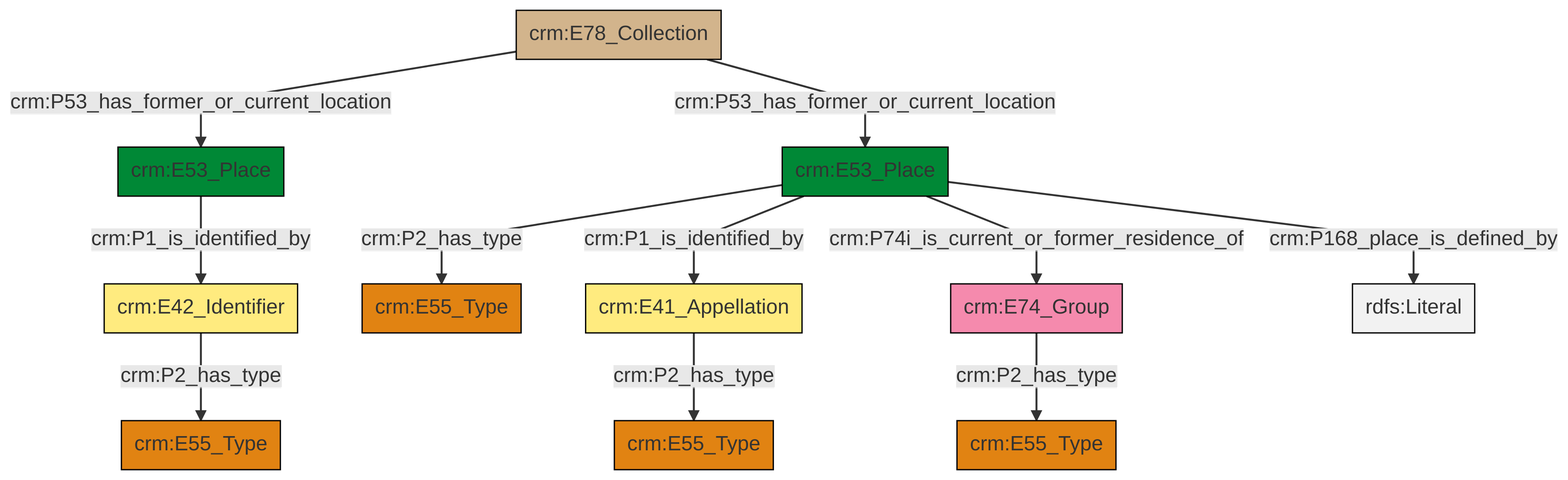
Earlier version of the Mermaid export et/archivalCSV/ttl/mmd/png/archival_location.png (swiss-art-research-net/docs.swissartresearch). Its source is kept beside it as et/archivalCSV/ttl/mmd/archival_location.ttl.mmd.
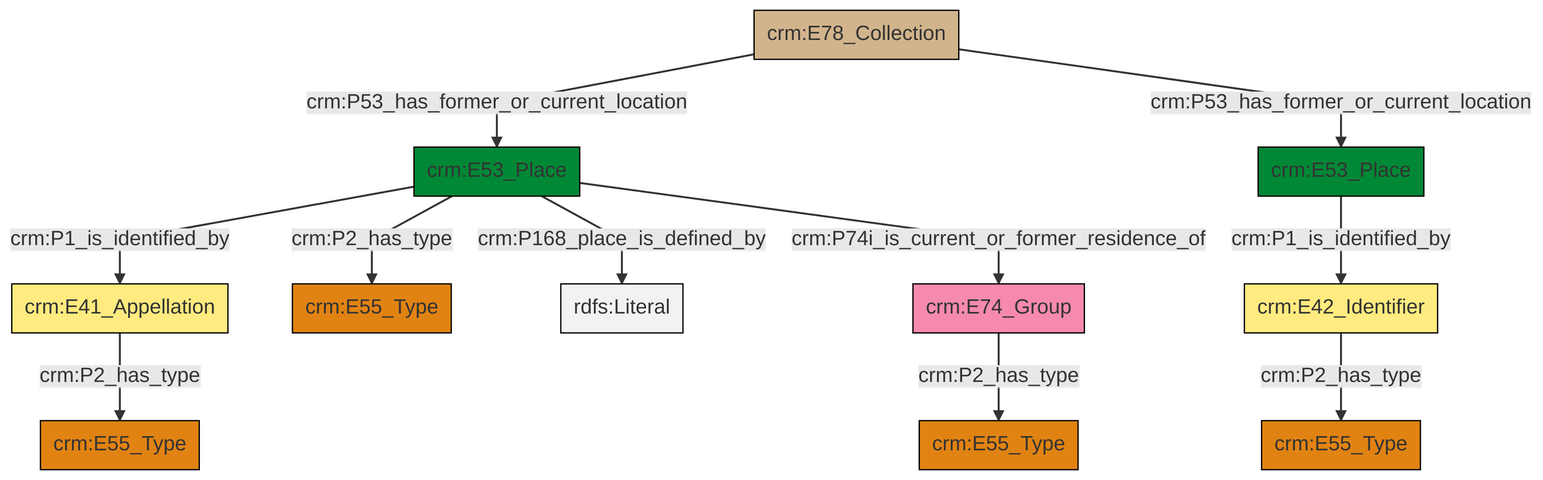
Later version of the same file.

What changed in the source:
```diff
@@ -13,13 +13,13 @@
 classDef PC_Classes fill:#4ce600, stroke:#000000;
 classDef Multi fill:#cccccc,stroke:#000000;
 
-4["crm:E42_Identifier"]:::Appellation -->|crm:P2_has_type| 5["crm:E55_Type"]:::Type
-6["crm:E53_Place"]:::Place -->|crm:P1_is_identified_by| 12["crm:E41_Appellation"]:::Appellation
-15["crm:E74_Group"]:::Actor -->|crm:P2_has_type| 0["crm:E55_Type"]:::Type
-6["crm:E53_Place"]:::Place -->|crm:P168_place_is_defined_by| 18[rdfs:Literal]:::Literal
-2["crm:E53_Place"]:::Place -->|crm:P1_is_identified_by| 4["crm:E42_Identifier"]:::Appellation
-6["crm:E53_Place"]:::Place -->|crm:P2_has_type| 9["crm:E55_Type"]:::Type
-6["crm:E53_Place"]:::Place -->|crm:P74i_is_current_or_former_residence_of| 15["crm:E74_Group"]:::Actor
-12["crm:E41_Appellation"]:::Appellation -->|crm:P2_has_type| 19["crm:E55_Type"]:::Type
-16["crm:E78_Collection"]:::Physical_Thing -->|crm:P53_has_former_or_current_location| 2["crm:E53_Place"]:::Place
-16["crm:E78_Collection"]:::Physical_Thing -->|crm:P53_has_former_or_current_location| 6["crm:E53_Place"]:::Place
+0["crm:E78_Collection"]:::Physical_Thing -->|crm:P53_has_former_or_current_location| 1["crm:E53_Place"]:::Place
+9["crm:E74_Group"]:::Actor -->|crm:P2_has_type| 13["crm:E55_Type"]:::Type
+16["crm:E42_Identifier"]:::Appellation -->|crm:P2_has_type| 2["crm:E55_Type"]:::Type
+1["crm:E53_Place"]:::Place -->|crm:P1_is_identified_by| 11["crm:E41_Appellation"]:::Appellation
+1["crm:E53_Place"]:::Place -->|crm:P2_has_type| 6["crm:E55_Type"]:::Type
+14["crm:E53_Place"]:::Place -->|crm:P1_is_identified_by| 16["crm:E42_Identifier"]:::Appellation
+1["crm:E53_Place"]:::Place -->|crm:P168_place_is_defined_by| 21[rdfs:Literal]:::Literal
+0["crm:E78_Collection"]:::Physical_Thing -->|crm:P53_has_former_or_current_location| 14["crm:E53_Place"]:::Place
+11["crm:E41_Appellation"]:::Appellation -->|crm:P2_has_type| 4["crm:E55_Type"]:::Type
+1["crm:E53_Place"]:::Place -->|crm:P74i_is_current_or_former_residence_of| 9["crm:E74_Group"]:::Actor
```
